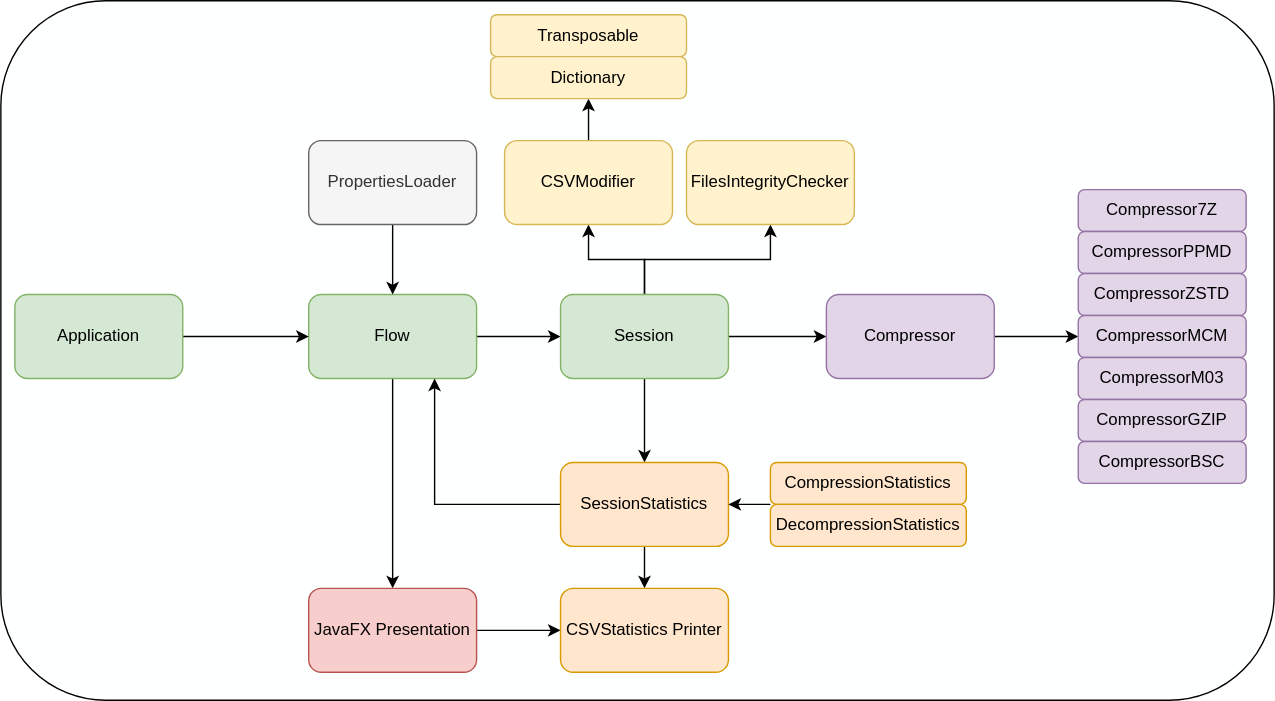
This is assets/Diagram.svg from tomdud-developer/AstrometryDataCompressionProject, a draw.io export, as it was before one commit. Source tidied: cells renumbered, new cells last; positions are measured from the earlier drawing's top-left corner, leaving out a move shared by most shapes. Its diagram source:
```xml
<mxGraphModel>
  <root>
    <mxCell id="0" />
    <mxCell id="1" parent="0" />
    <mxCell id="2" style="rounded=1;whiteSpace=wrap;html=1;fillColor=#feffff;" parent="1" vertex="1">
      <mxGeometry width="910" height="500" as="geometry" />
    </mxCell>
    <mxCell id="3" style="edgeStyle=orthogonalEdgeStyle;rounded=0;jettySize=auto;html=1;entryX=0;entryY=0.5;entryDx=0;entryDy=0;" parent="1" edge="1" source="5" target="10">
      <mxGeometry relative="1" as="geometry" />
    </mxCell>
    <mxCell id="4" style="edgeStyle=orthogonalEdgeStyle;rounded=0;jettySize=auto;html=1;entryX=0.5;entryY=0;entryDx=0;entryDy=0;" parent="1" edge="1" source="5" target="32">
      <mxGeometry relative="1" as="geometry" />
    </mxCell>
    <mxCell id="5" value="Flow" style="rounded=1;whiteSpace=wrap;html=1;fillColor=#d5e8d4;strokeColor=#82b366;" parent="1" vertex="1">
      <mxGeometry x="220" y="210" width="120" height="60" as="geometry" />
    </mxCell>
    <mxCell id="6" style="edgeStyle=orthogonalEdgeStyle;rounded=0;jettySize=auto;html=1;entryX=0.5;entryY=1;entryDx=0;entryDy=0;" parent="1" edge="1" source="10" target="19">
      <mxGeometry relative="1" as="geometry" />
    </mxCell>
    <mxCell id="7" style="edgeStyle=orthogonalEdgeStyle;rounded=0;jettySize=auto;html=1;entryX=0;entryY=0.5;entryDx=0;entryDy=0;" parent="1" edge="1" source="10" target="12">
      <mxGeometry relative="1" as="geometry" />
    </mxCell>
    <mxCell id="8" style="edgeStyle=orthogonalEdgeStyle;rounded=0;jettySize=auto;html=1;exitX=0.5;exitY=1;exitDx=0;exitDy=0;entryX=0.5;entryY=0;entryDx=0;entryDy=0;" parent="1" edge="1" source="10" target="15">
      <mxGeometry relative="1" as="geometry" />
    </mxCell>
    <mxCell id="9" style="edgeStyle=orthogonalEdgeStyle;rounded=0;jettySize=auto;html=1;exitX=0.5;exitY=0;exitDx=0;exitDy=0;entryX=0.5;entryY=1;entryDx=0;entryDy=0;" parent="1" edge="1" source="10" target="34">
      <mxGeometry relative="1" as="geometry" />
    </mxCell>
    <mxCell id="10" value="Session" style="rounded=1;whiteSpace=wrap;html=1;fillColor=#d5e8d4;strokeColor=#82b366;" parent="1" vertex="1">
      <mxGeometry x="400" y="210" width="120" height="60" as="geometry" />
    </mxCell>
    <mxCell id="11" style="edgeStyle=orthogonalEdgeStyle;rounded=0;jettySize=auto;html=1;entryX=0;entryY=0.5;entryDx=0;entryDy=0;" parent="1" edge="1" source="12" target="27">
      <mxGeometry relative="1" as="geometry" />
    </mxCell>
    <mxCell id="12" value="Compressor" style="rounded=1;whiteSpace=wrap;html=1;fillColor=#e1d5e7;strokeColor=#9673a6;" parent="1" vertex="1">
      <mxGeometry x="590" y="210" width="120" height="60" as="geometry" />
    </mxCell>
    <mxCell id="13" style="edgeStyle=orthogonalEdgeStyle;rounded=0;jettySize=auto;html=1;entryX=0.75;entryY=1;entryDx=0;entryDy=0;" parent="1" edge="1" source="15" target="5">
      <mxGeometry relative="1" as="geometry" />
    </mxCell>
    <mxCell id="14" style="edgeStyle=orthogonalEdgeStyle;rounded=0;jettySize=auto;html=1;entryX=0.5;entryY=0;entryDx=0;entryDy=0;" parent="1" edge="1" source="15" target="37">
      <mxGeometry relative="1" as="geometry" />
    </mxCell>
    <mxCell id="15" value="SessionStatistics" style="rounded=1;whiteSpace=wrap;html=1;fillColor=#ffe6cc;strokeColor=#d79b00;" parent="1" vertex="1">
      <mxGeometry x="400" y="330" width="120" height="60" as="geometry" />
    </mxCell>
    <mxCell id="16" style="edgeStyle=orthogonalEdgeStyle;rounded=0;jettySize=auto;html=1;exitX=0;exitY=1;exitDx=0;exitDy=0;entryX=1;entryY=0.5;entryDx=0;entryDy=0;" parent="1" edge="1" source="17" target="15">
      <mxGeometry relative="1" as="geometry" />
    </mxCell>
    <mxCell id="17" value="CompressionStatistics&lt;br&gt;" style="rounded=1;whiteSpace=wrap;html=1;fillColor=#ffe6cc;strokeColor=#d79b00;" parent="1" vertex="1">
      <mxGeometry x="550" y="330" width="140" height="30" as="geometry" />
    </mxCell>
    <mxCell id="18" value="DecompressionStatistics" style="rounded=1;whiteSpace=wrap;html=1;fillColor=#ffe6cc;strokeColor=#d79b00;" parent="1" vertex="1">
      <mxGeometry x="550" y="360" width="140" height="30" as="geometry" />
    </mxCell>
    <mxCell id="19" value="FilesIntegrityChecker" style="rounded=1;whiteSpace=wrap;html=1;fillColor=#fff2cc;strokeColor=#d6b656;" parent="1" vertex="1">
      <mxGeometry x="490" y="100" width="120" height="60" as="geometry" />
    </mxCell>
    <mxCell id="20" style="edgeStyle=orthogonalEdgeStyle;rounded=0;jettySize=auto;html=1;entryX=0.5;entryY=0;entryDx=0;entryDy=0;" parent="1" edge="1" source="21" target="5">
      <mxGeometry relative="1" as="geometry" />
    </mxCell>
    <mxCell id="21" value="PropertiesLoader" style="rounded=1;whiteSpace=wrap;html=1;fillColor=#f5f5f5;strokeColor=#666666;fontColor=#333333;" parent="1" vertex="1">
      <mxGeometry x="220" y="100" width="120" height="60" as="geometry" />
    </mxCell>
    <mxCell id="22" style="edgeStyle=orthogonalEdgeStyle;rounded=0;jettySize=auto;html=1;entryX=0;entryY=0.5;entryDx=0;entryDy=0;" parent="1" edge="1" source="23" target="5">
      <mxGeometry relative="1" as="geometry" />
    </mxCell>
    <mxCell id="23" value="Application" style="rounded=1;whiteSpace=wrap;html=1;fillColor=#d5e8d4;strokeColor=#82b366;" parent="1" vertex="1">
      <mxGeometry x="10" y="210" width="120" height="60" as="geometry" />
    </mxCell>
    <mxCell id="24" value="Compressor7Z" style="rounded=1;whiteSpace=wrap;html=1;fillColor=#e1d5e7;strokeColor=#9673a6;" parent="1" vertex="1">
      <mxGeometry x="770" y="135" width="120" height="30" as="geometry" />
    </mxCell>
    <mxCell id="25" value="CompressorPPMD" style="rounded=1;whiteSpace=wrap;html=1;fillColor=#e1d5e7;strokeColor=#9673a6;" parent="1" vertex="1">
      <mxGeometry x="770" y="165" width="120" height="30" as="geometry" />
    </mxCell>
    <mxCell id="26" value="CompressorZSTD" style="rounded=1;whiteSpace=wrap;html=1;fillColor=#e1d5e7;strokeColor=#9673a6;" parent="1" vertex="1">
      <mxGeometry x="770" y="195" width="120" height="30" as="geometry" />
    </mxCell>
    <mxCell id="27" value="CompressorMCM" style="rounded=1;whiteSpace=wrap;html=1;fillColor=#e1d5e7;strokeColor=#9673a6;" parent="1" vertex="1">
      <mxGeometry x="770" y="225" width="120" height="30" as="geometry" />
    </mxCell>
    <mxCell id="28" value="CompressorM03" style="rounded=1;whiteSpace=wrap;html=1;fillColor=#e1d5e7;strokeColor=#9673a6;" parent="1" vertex="1">
      <mxGeometry x="770" y="255" width="120" height="30" as="geometry" />
    </mxCell>
    <mxCell id="29" value="CompressorGZIP" style="rounded=1;whiteSpace=wrap;html=1;fillColor=#e1d5e7;strokeColor=#9673a6;" parent="1" vertex="1">
      <mxGeometry x="770" y="285" width="120" height="30" as="geometry" />
    </mxCell>
    <mxCell id="30" value="CompressorBSC" style="rounded=1;whiteSpace=wrap;html=1;fillColor=#e1d5e7;strokeColor=#9673a6;" parent="1" vertex="1">
      <mxGeometry x="770" y="315" width="120" height="30" as="geometry" />
    </mxCell>
    <mxCell id="31" style="edgeStyle=orthogonalEdgeStyle;rounded=0;jettySize=auto;html=1;entryX=0;entryY=0.5;entryDx=0;entryDy=0;" parent="1" edge="1" source="32" target="37">
      <mxGeometry relative="1" as="geometry" />
    </mxCell>
    <mxCell id="32" value="JavaFX Presentation" style="rounded=1;whiteSpace=wrap;html=1;fillColor=#f8cecc;strokeColor=#b85450;" parent="1" vertex="1">
      <mxGeometry x="220" y="420" width="120" height="60" as="geometry" />
    </mxCell>
    <mxCell id="33" style="edgeStyle=orthogonalEdgeStyle;rounded=0;jettySize=auto;html=1;exitX=0.5;exitY=0;exitDx=0;exitDy=0;entryX=0.5;entryY=1;entryDx=0;entryDy=0;" parent="1" edge="1" source="34" target="36">
      <mxGeometry relative="1" as="geometry" />
    </mxCell>
    <mxCell id="34" value="CSVModifier" style="rounded=1;whiteSpace=wrap;html=1;fillColor=#fff2cc;strokeColor=#d6b656;" parent="1" vertex="1">
      <mxGeometry x="360" y="100" width="120" height="60" as="geometry" />
    </mxCell>
    <mxCell id="35" value="Transposable" style="rounded=1;whiteSpace=wrap;html=1;fillColor=#fff2cc;strokeColor=#d6b656;" parent="1" vertex="1">
      <mxGeometry x="350" y="10" width="140" height="30" as="geometry" />
    </mxCell>
    <mxCell id="36" value="Dictionary" style="rounded=1;whiteSpace=wrap;html=1;fillColor=#fff2cc;strokeColor=#d6b656;" parent="1" vertex="1">
      <mxGeometry x="350" y="40" width="140" height="30" as="geometry" />
    </mxCell>
    <mxCell id="37" value="CSVStatistics Printer" style="rounded=1;whiteSpace=wrap;html=1;fillColor=#ffe6cc;strokeColor=#d79b00;" parent="1" vertex="1">
      <mxGeometry x="400" y="420" width="120" height="60" as="geometry" />
    </mxCell>
  </root>
</mxGraphModel>
```
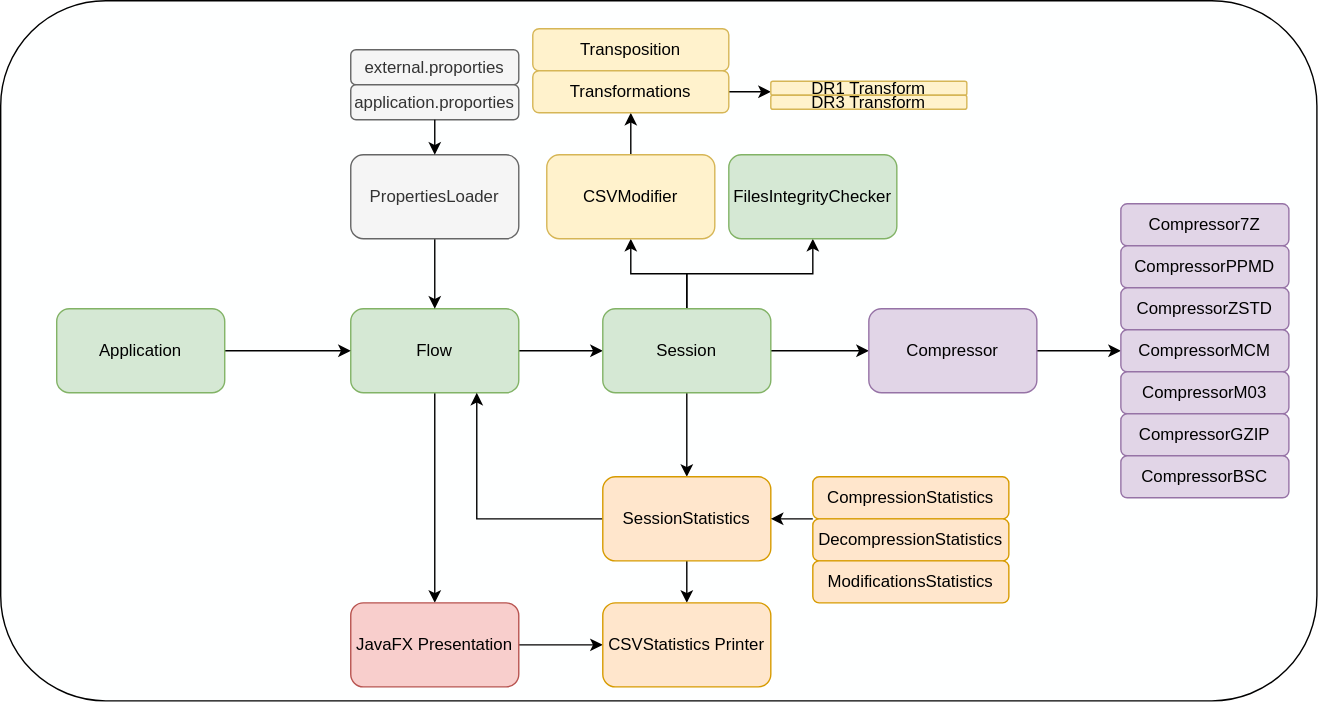
Later version of the same file.

The edit, as a diff of the source:
```diff
@@ -3,7 +3,7 @@
     <mxCell id="0" />
     <mxCell id="1" parent="0" />
     <mxCell id="2" style="rounded=1;whiteSpace=wrap;html=1;fillColor=#feffff;" parent="1" vertex="1">
-      <mxGeometry width="910" height="500" as="geometry" />
+      <mxGeometry x="-30" y="-10" width="940" height="500" as="geometry" />
     </mxCell>
     <mxCell id="3" style="edgeStyle=orthogonalEdgeStyle;rounded=0;jettySize=auto;html=1;entryX=0;entryY=0.5;entryDx=0;entryDy=0;" parent="1" edge="1" source="5" target="10">
       <mxGeometry relative="1" as="geometry" />
@@ -53,7 +53,7 @@
     <mxCell id="18" value="DecompressionStatistics" style="rounded=1;whiteSpace=wrap;html=1;fillColor=#ffe6cc;strokeColor=#d79b00;" parent="1" vertex="1">
       <mxGeometry x="550" y="360" width="140" height="30" as="geometry" />
     </mxCell>
-    <mxCell id="19" value="FilesIntegrityChecker" style="rounded=1;whiteSpace=wrap;html=1;fillColor=#fff2cc;strokeColor=#d6b656;" parent="1" vertex="1">
+    <mxCell id="19" value="FilesIntegrityChecker" style="rounded=1;whiteSpace=wrap;html=1;fillColor=#d5e8d4;strokeColor=#82b366;" parent="1" vertex="1">
       <mxGeometry x="490" y="100" width="120" height="60" as="geometry" />
     </mxCell>
     <mxCell id="20" style="edgeStyle=orthogonalEdgeStyle;rounded=0;jettySize=auto;html=1;entryX=0.5;entryY=0;entryDx=0;entryDy=0;" parent="1" edge="1" source="21" target="5">
@@ -101,14 +101,37 @@
     <mxCell id="34" value="CSVModifier" style="rounded=1;whiteSpace=wrap;html=1;fillColor=#fff2cc;strokeColor=#d6b656;" parent="1" vertex="1">
       <mxGeometry x="360" y="100" width="120" height="60" as="geometry" />
     </mxCell>
-    <mxCell id="35" value="Transposable" style="rounded=1;whiteSpace=wrap;html=1;fillColor=#fff2cc;strokeColor=#d6b656;" parent="1" vertex="1">
+    <mxCell id="35" value="Transposition" style="rounded=1;whiteSpace=wrap;html=1;fillColor=#fff2cc;strokeColor=#d6b656;" parent="1" vertex="1">
       <mxGeometry x="350" y="10" width="140" height="30" as="geometry" />
     </mxCell>
+    <mxCell id="38" style="edgeStyle=orthogonalEdgeStyle;rounded=0;jettySize=auto;html=1;exitX=1;exitY=0.5;exitDx=0;exitDy=0;entryX=0;entryY=0.75;entryDx=0;entryDy=0;" parent="1" edge="1" source="36" target="42">
+      <mxGeometry relative="1" as="geometry" />
+    </mxCell>
-    <mxCell id="36" value="Dictionary" style="rounded=1;whiteSpace=wrap;html=1;fillColor=#fff2cc;strokeColor=#d6b656;" parent="1" vertex="1">
+    <mxCell id="36" value="Transformations" style="rounded=1;whiteSpace=wrap;html=1;fillColor=#fff2cc;strokeColor=#d6b656;" parent="1" vertex="1">
       <mxGeometry x="350" y="40" width="140" height="30" as="geometry" />
     </mxCell>
     <mxCell id="37" value="CSVStatistics Printer" style="rounded=1;whiteSpace=wrap;html=1;fillColor=#ffe6cc;strokeColor=#d79b00;" parent="1" vertex="1">
       <mxGeometry x="400" y="420" width="120" height="60" as="geometry" />
     </mxCell>
+    <mxCell id="39" value="external.proporties" style="rounded=1;whiteSpace=wrap;html=1;fillColor=#f5f5f5;strokeColor=#666666;fontColor=#333333;" parent="1" vertex="1">
+      <mxGeometry x="220" y="25" width="120" height="25" as="geometry" />
+    </mxCell>
+    <mxCell id="40" value="application.proporties" style="rounded=1;whiteSpace=wrap;html=1;fillColor=#f5f5f5;strokeColor=#666666;fontColor=#333333;" parent="1" vertex="1">
+      <mxGeometry x="220" y="50" width="120" height="25" as="geometry" />
+    </mxCell>
+    <mxCell id="41" style="edgeStyle=orthogonalEdgeStyle;rounded=0;jettySize=auto;html=1;exitX=0.5;exitY=1;exitDx=0;exitDy=0;" parent="1" edge="1" source="40">
+      <mxGeometry relative="1" as="geometry">
+        <mxPoint x="280" y="100" as="targetPoint" />
+      </mxGeometry>
+    </mxCell>
+    <mxCell id="42" value="DR1 Transform" style="rounded=1;whiteSpace=wrap;html=1;fillColor=#fff2cc;strokeColor=#d6b656;" parent="1" vertex="1">
+      <mxGeometry x="520" y="47.5" width="140" height="10" as="geometry" />
+    </mxCell>
+    <mxCell id="43" value="DR3 Transform" style="rounded=1;whiteSpace=wrap;html=1;fillColor=#fff2cc;strokeColor=#d6b656;" parent="1" vertex="1">
+      <mxGeometry x="520" y="57.5" width="140" height="10" as="geometry" />
+    </mxCell>
+    <mxCell id="44" value="ModificationsStatistics" style="rounded=1;whiteSpace=wrap;html=1;fillColor=#ffe6cc;strokeColor=#d79b00;" parent="1" vertex="1">
+      <mxGeometry x="550" y="390" width="140" height="30" as="geometry" />
+    </mxCell>
   </root>
 </mxGraphModel>
```
